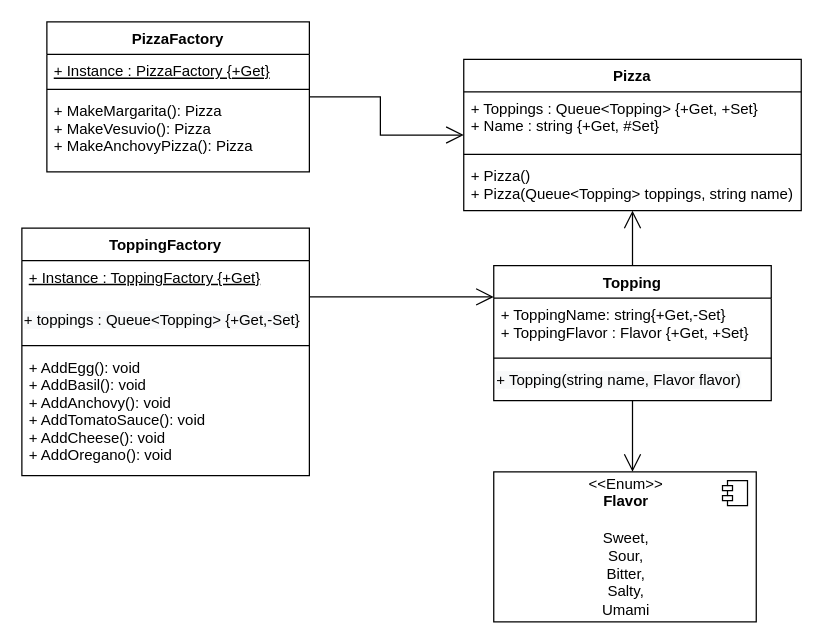
Earlier version of the draw.io diagram VitosPizza_H2/UML/VitosPizza (2).drawio (WizzyVeigar/VitosPizza_H2). Source tidied: cells renumbered, new cells numbered last; positions are measured from the earlier drawing's top-left corner, leaving out a move shared by most shapes. Both pictures are drawn from the tidied source at 125%, with x=0, y=0 at pixel (21, 21).
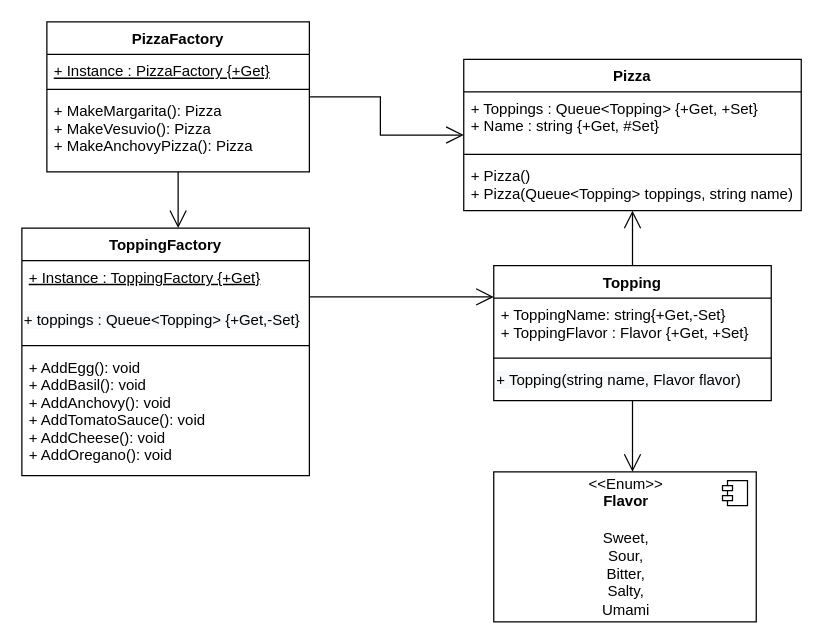
The same diagram, later.

Commit message (it also covers changes not shown here):
Forgot most important arrow on diagram

The change refers to these unchanged cells:
```xml
<mxCell id="6" value="PizzaFactory" style="swimlane;fontStyle=1;align=center;verticalAlign=top;horizontal=1;startSize=26;" parent="1" vertex="1">
  <mxGeometry x="20" width="210" height="120" as="geometry" />
</mxCell>
<mxCell id="11" value="ToppingFactory" style="swimlane;fontStyle=1;align=center;verticalAlign=top;horizontal=1;startSize=26;" parent="1" vertex="1">
  <mxGeometry y="165" width="230" height="198" as="geometry" />
</mxCell>
```

The edit, as a diff of the source:
```diff
@@
+    <mxCell id="25" style="edgeStyle=orthogonalEdgeStyle;rounded=0;jettySize=auto;html=1;endArrow=open;endFill=0;endSize=12;" parent="1" edge="1" source="6" target="11">
+      <mxGeometry relative="1" as="geometry">
+        <Array as="points">
+          <mxPoint x="125" y="150" />
+          <mxPoint x="125" y="150" />
+        </Array>
+      </mxGeometry>
+    </mxCell>
```
